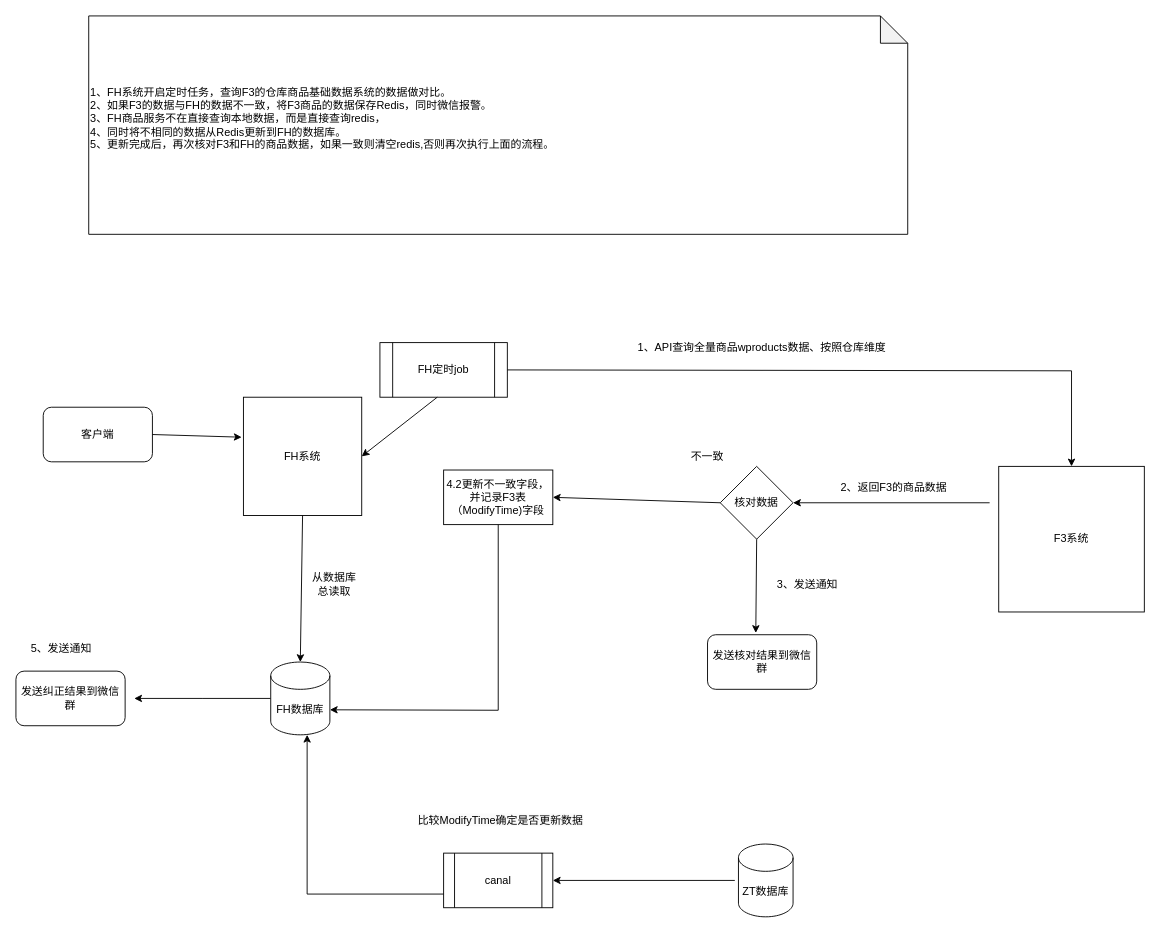
liuyunlong1229/aaa keeps this draw.io diagram as SketchMap/FH校验商品基础数据.drawio. Above is the earlier version. Source tidied: cells renumbered, new cells numbered last; positions are measured from the earlier drawing's top-left corner, leaving out a move shared by most shapes. Both pictures are drawn from the tidied source at 91%, with x=0, y=0 at pixel (15, 15).
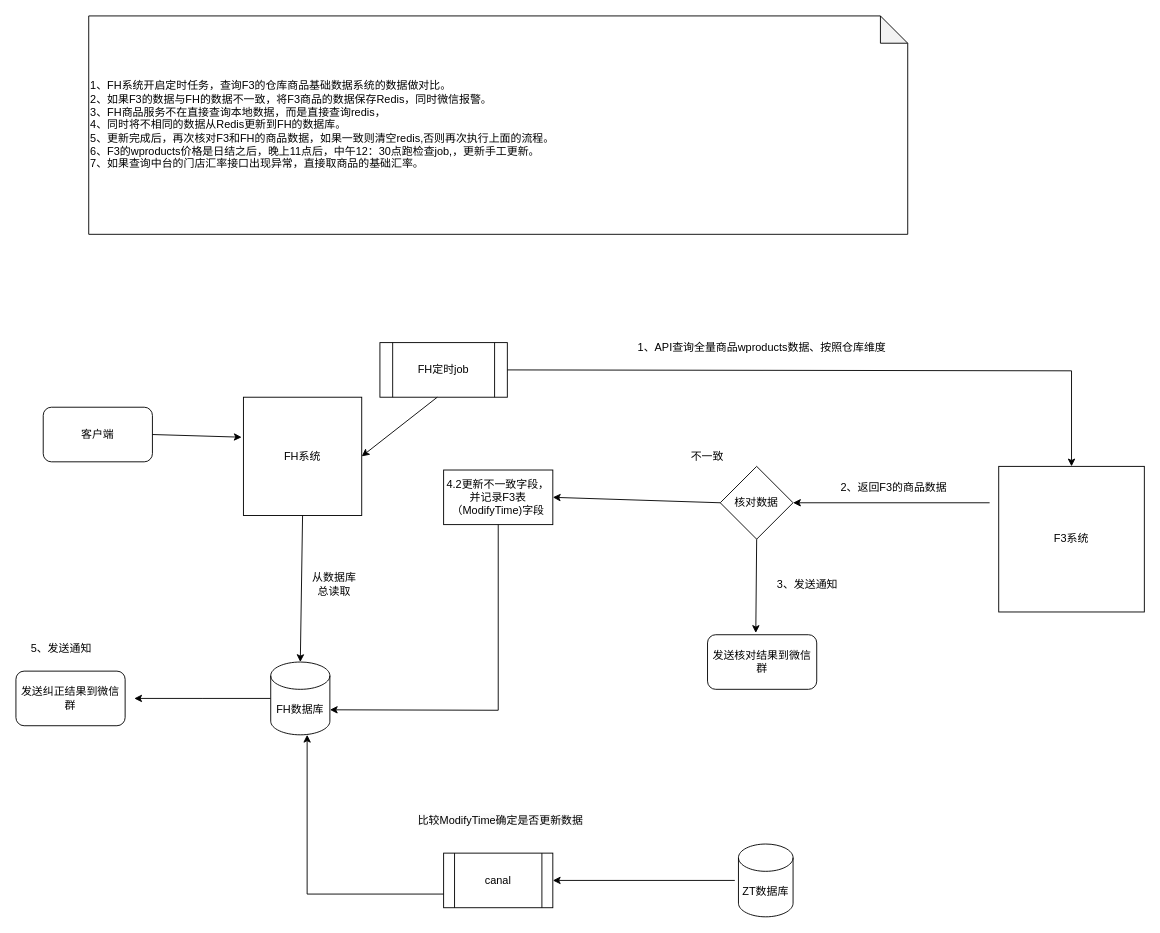
After the change.

Commit message:
更新FH校验商品基础数据.drawio

The edit, as a diff of the source:
```diff
@@
-    <mxCell id="23" value="&lt;div&gt;&lt;div&gt;&lt;div&gt;1、FH系统开启定时任务，查询F3的仓库商品基础数据系统的数据做对比。&lt;/div&gt;&lt;div&gt;2、如果F3的数据与FH的数据不一致，将F3商品的数据保存Redis，同时微信报警。&lt;/div&gt;&lt;div&gt;3、FH商品服务不在直接查询本地数据，而是直接查询redis，&lt;/div&gt;&lt;div&gt;4、同时将不相同的数据从Redis更新到FH的数据库。&lt;/div&gt;&lt;div&gt;5、更新完成后，再次核对F3和FH的商品数据，如果一致则清空redis,否则再次执行上面的流程。&lt;/div&gt;&lt;/div&gt;&lt;/div&gt;&lt;div&gt;&lt;br&gt;&lt;/div&gt;" style="shape=note;whiteSpace=wrap;html=1;backgroundOutline=1;darkOpacity=0.05;align=left;" parent="1" vertex="1">
+    <mxCell id="23" value="&lt;div&gt;&lt;div&gt;&lt;div&gt;1、FH系统开启定时任务，查询F3的仓库商品基础数据系统的数据做对比。&lt;/div&gt;&lt;div&gt;2、如果F3的数据与FH的数据不一致，将F3商品的数据保存Redis，同时微信报警。&lt;/div&gt;&lt;div&gt;3、FH商品服务不在直接查询本地数据，而是直接查询redis，&lt;/div&gt;&lt;div&gt;4、同时将不相同的数据从Redis更新到FH的数据库。&lt;/div&gt;&lt;div&gt;5、更新完成后，再次核对F3和FH的商品数据，如果一致则清空redis,否则再次执行上面的流程。&lt;br&gt;6、F3的wproducts价格是日结之后，晚上11点后，中午12：30点跑检查job,，更新手工更新。&lt;br&gt;7、如果查询中台的门店汇率接口出现异常，直接取商品的基础汇率。&lt;/div&gt;&lt;/div&gt;&lt;/div&gt;" style="shape=note;whiteSpace=wrap;html=1;backgroundOutline=1;darkOpacity=0.05;align=left;" parent="1" vertex="1">
       <mxGeometry x="80" width="900" height="240" as="geometry" />
     </mxCell>
```
